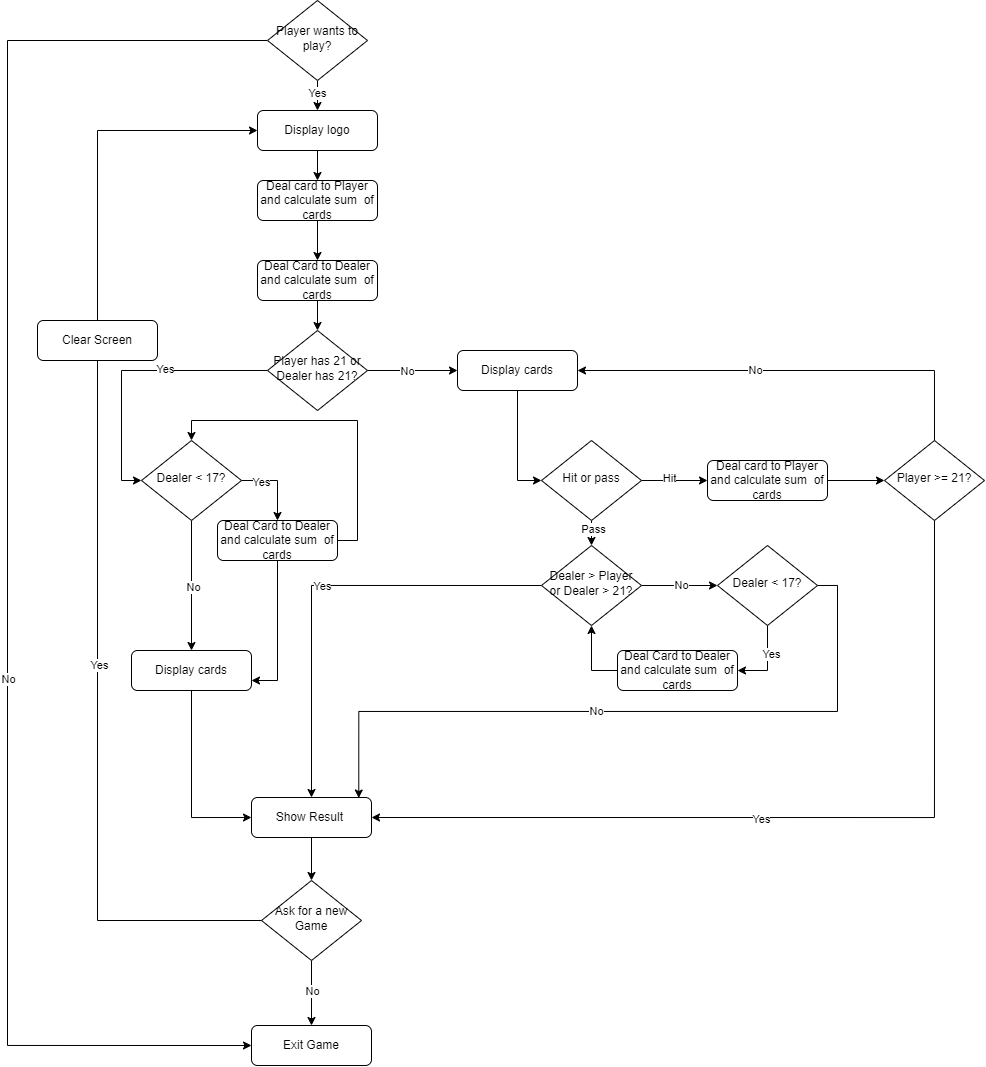
ErkanHatipoglu/100-days-of-code keeps this draw.io diagram as day_11_blackjack_game/project_files/flowchart_blackjack.png. Above is the earlier version. Source tidied: cells renumbered, new cells last; positions are measured from the earlier drawing's top-left corner, leaving out a move shared by most shapes.
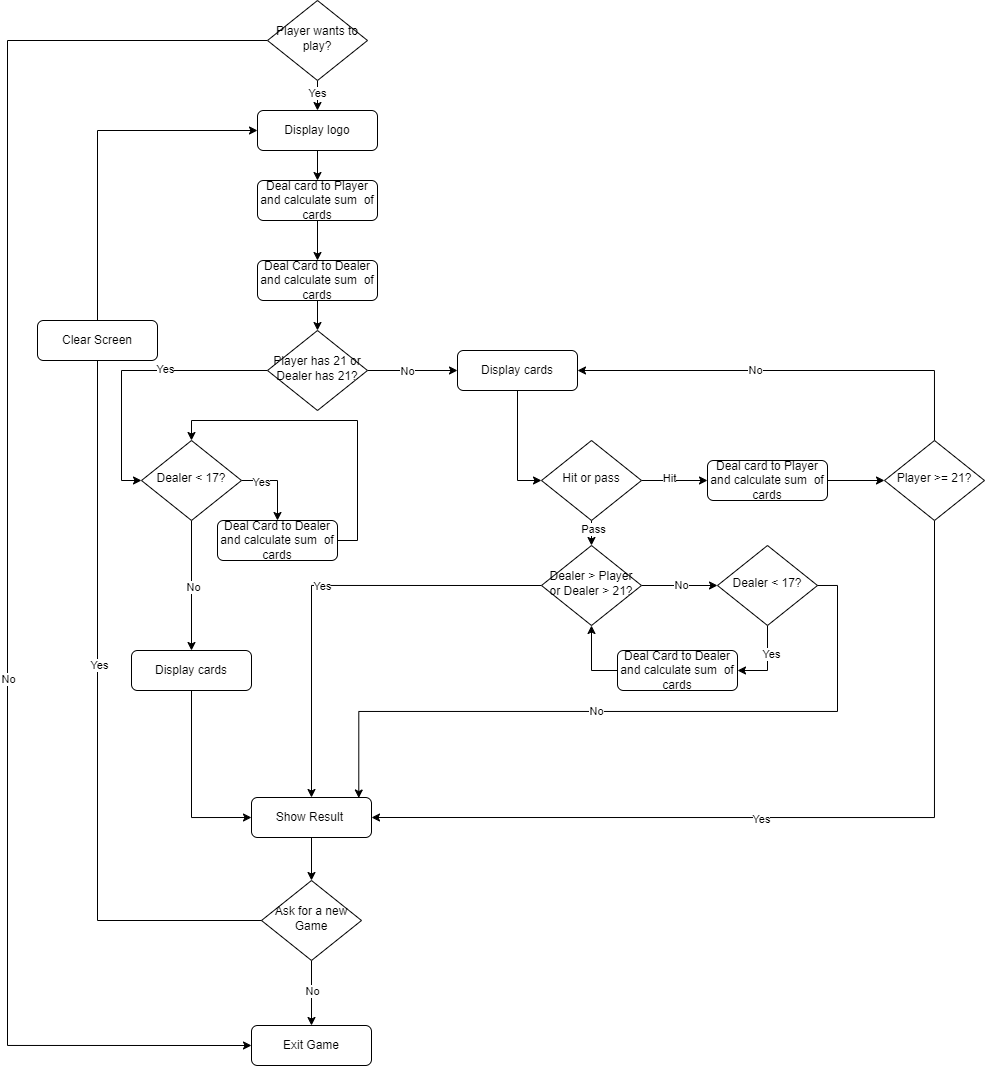
After the change.

Change to the diagram source:
```diff
@@ -195,9 +195,6 @@
     <mxCell id="60" value="Dealer &amp;lt; 17?" style="rhombus;whiteSpace=wrap;html=1;shadow=0;fontFamily=Helvetica;fontSize=12;align=center;strokeWidth=1;spacing=6;spacingTop=-4;" parent="1" vertex="1">
       <mxGeometry x="134" y="440" width="100" height="80" as="geometry" />
     </mxCell>
-    <mxCell id="61" style="edgeStyle=orthogonalEdgeStyle;rounded=0;jettySize=auto;html=1;exitX=0.5;exitY=1;exitDx=0;exitDy=0;entryX=1;entryY=0.75;entryDx=0;entryDy=0;" parent="1" edge="1" source="63" target="55">
-      <mxGeometry relative="1" as="geometry" />
-    </mxCell>
     <mxCell id="62" style="edgeStyle=orthogonalEdgeStyle;rounded=0;jettySize=auto;html=1;exitX=1;exitY=0.5;exitDx=0;exitDy=0;entryX=0.5;entryY=0;entryDx=0;entryDy=0;" parent="1" edge="1" source="63" target="60">
       <mxGeometry relative="1" as="geometry" />
     </mxCell>
```
